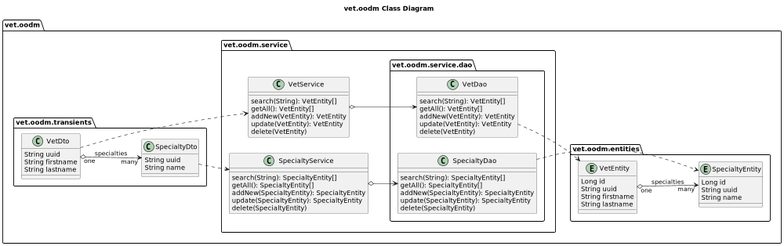
The PlantUML diagram src/main/webapp/img/DB__Class-vet_oodm_Class_Diagram.png in Jakarta-EE-Petclinic/petclinic-jakartaee, before a commit.
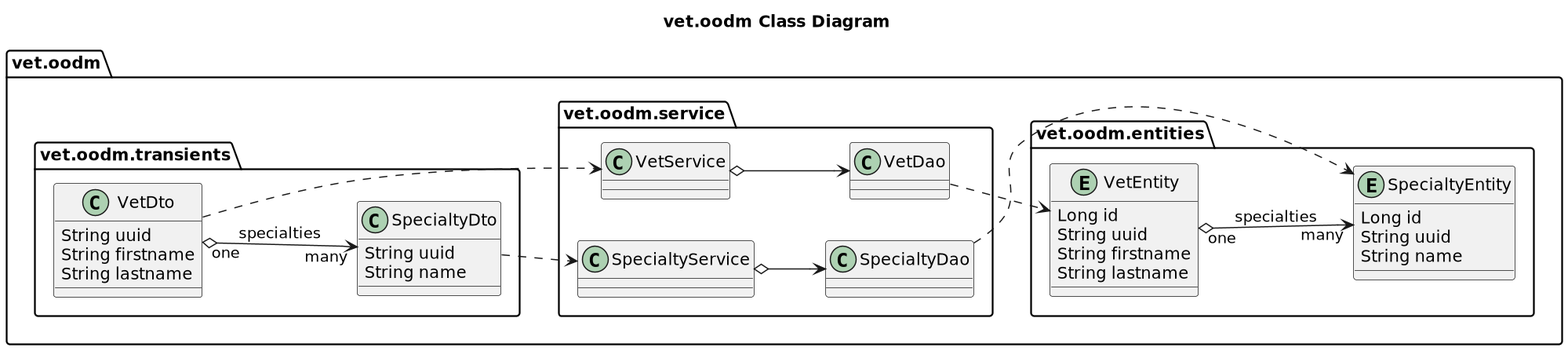
After the commit.

The edit, as a diff of the source:
```diff
@@ -4,7 +4,7 @@
 
 left to right direction
 
-scale 1000 width
+scale 2000 width
 
 package vet.oodm {
 
@@ -29,38 +29,19 @@
     package vet.oodm.service {
 
         class VetService {
-            search(String): VetEntity[]
-            getAll(): VetEntity[]
-            addNew(VetEntity): VetEntity
-            update(VetEntity): VetEntity
-            delete(VetEntity)
+
+        }
+
+        class VetDao {
+
         }
 
         class SpecialtyService {
-            search(String): SpecialtyEntity[]
-            getAll(): SpecialtyEntity[]
-            addNew(SpecialtyEntity): SpecialtyEntity
-            update(SpecialtyEntity): SpecialtyEntity
-            delete(SpecialtyEntity)
+
         }
 
-        package vet.oodm.service.dao {
+        class SpecialtyDao {
 
-            class VetDao {
-                search(String): VetEntity[]
-                getAll(): VetEntity[]
-                addNew(VetEntity): VetEntity
-                update(VetEntity): VetEntity
-                delete(VetEntity)
-            }
-
-            class SpecialtyDao {
-                search(String): SpecialtyEntity[]
-                getAll(): SpecialtyEntity[]
-                addNew(SpecialtyEntity): SpecialtyEntity
-                update(SpecialtyEntity): SpecialtyEntity
-                delete(SpecialtyEntity)
-            }
         }
 
         VetService o--> VetDao
```
